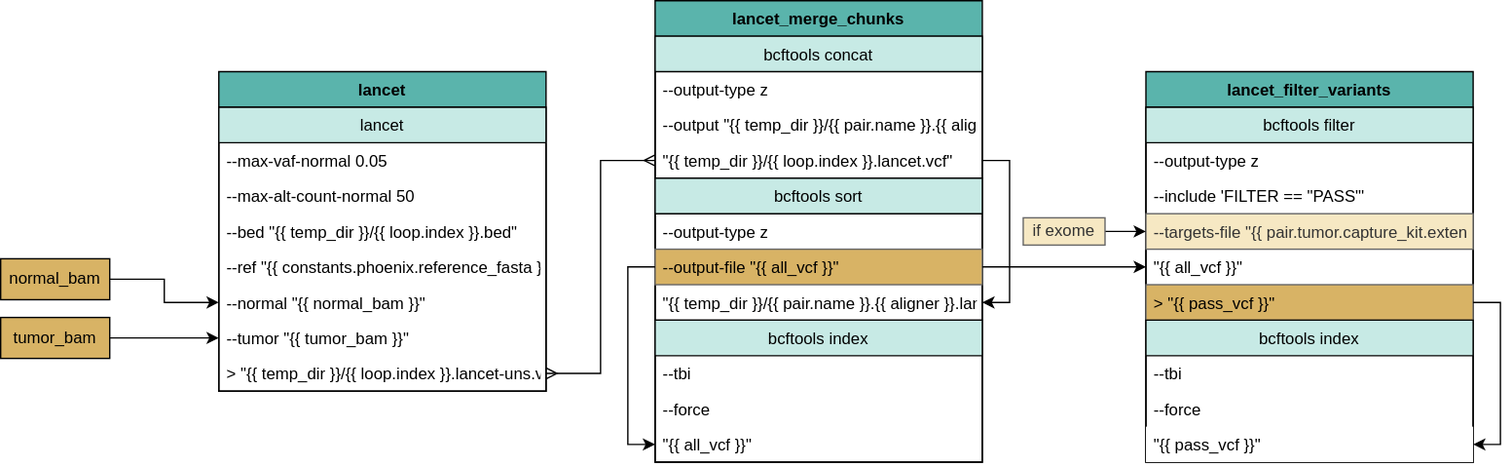
bryce-turner/tgen-jetstream-docs keeps this draw.io diagram as docs/source/phoenix/workflows/tumor_only/Tumor_Only_Lancet.svg. Above is the earlier version. Source tidied: cells renumbered, new cells last; positions are measured from the earlier drawing's top-left corner, leaving out a move shared by most shapes.
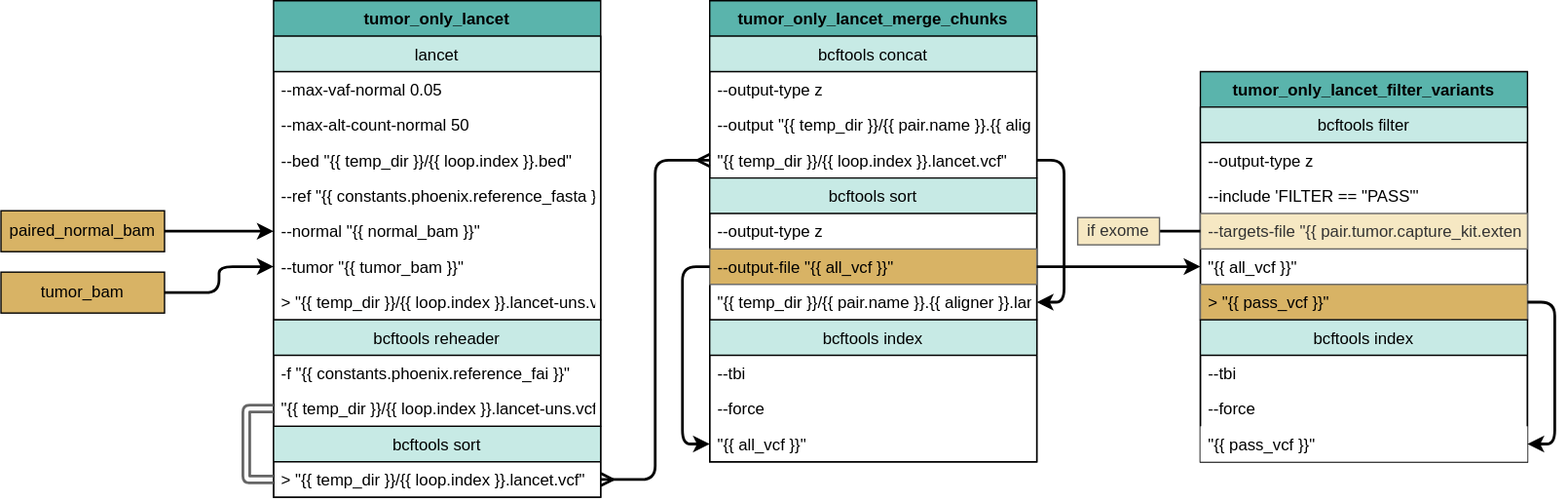
The same diagram one commit later.

The edit, as a diff of the source:
```diff
@@ -2,20 +2,20 @@
   <root>
     <mxCell id="0" />
     <mxCell id="1" parent="0" />
-    <mxCell id="2" style="edgeStyle=orthogonalEdgeStyle;rounded=0;jettySize=auto;html=1;exitX=1;exitY=0.5;exitDx=0;exitDy=0;entryX=0;entryY=0.5;entryDx=0;entryDy=0;" parent="1" edge="1" source="3" target="12">
+    <mxCell id="2" style="edgeStyle=orthogonalEdgeStyle;rounded=1;jettySize=auto;html=1;exitX=1;exitY=0.5;exitDx=0;exitDy=0;entryX=0;entryY=0.5;entryDx=0;entryDy=0;strokeWidth=2;" parent="1" edge="1" source="3" target="12">
       <mxGeometry relative="1" as="geometry" />
     </mxCell>
-    <mxCell id="3" value="normal_bam" style="whiteSpace=wrap;html=1;fillColor=#d8b365;" parent="1" vertex="1">
-      <mxGeometry y="189" width="80" height="30" as="geometry" />
+    <mxCell id="3" value="paired_normal_bam" style="whiteSpace=wrap;html=1;fillColor=#d8b365;" parent="1" vertex="1">
+      <mxGeometry x="-40" y="154" width="120" height="30" as="geometry" />
     </mxCell>
-    <mxCell id="4" style="edgeStyle=orthogonalEdgeStyle;rounded=0;jettySize=auto;html=1;exitX=1;exitY=0.5;exitDx=0;exitDy=0;entryX=0;entryY=0.5;entryDx=0;entryDy=0;" parent="1" edge="1" source="5" target="13">
+    <mxCell id="4" style="edgeStyle=orthogonalEdgeStyle;rounded=1;jettySize=auto;html=1;exitX=1;exitY=0.5;exitDx=0;exitDy=0;entryX=0;entryY=0.5;entryDx=0;entryDy=0;strokeWidth=2;" parent="1" edge="1" source="5" target="13">
       <mxGeometry relative="1" as="geometry" />
     </mxCell>
     <mxCell id="5" value="tumor_bam" style="whiteSpace=wrap;html=1;fillColor=#d8b365;" parent="1" vertex="1">
-      <mxGeometry y="232" width="80" height="30" as="geometry" />
+      <mxGeometry x="-40" y="199" width="120" height="30" as="geometry" />
     </mxCell>
-    <mxCell id="6" value="lancet" style="swimlane;fontStyle=1;horizontal=1;startSize=26;fillColor=#5ab4ac;direction=east;" parent="1" vertex="1">
-      <mxGeometry x="160" y="52" width="240" height="234" as="geometry" />
+    <mxCell id="6" value="tumor_only_lancet" style="swimlane;fontStyle=1;horizontal=1;startSize=26;fillColor=#5ab4ac;direction=east;" parent="1" vertex="1">
+      <mxGeometry x="160" width="240" height="364" as="geometry" />
     </mxCell>
     <mxCell id="7" value="lancet" style="swimlane;fontStyle=0;horizontal=1;startSize=26;fillColor=#c7eae5;" parent="6" vertex="1">
       <mxGeometry y="26" width="240" height="208" as="geometry" />
@@ -41,7 +41,25 @@
     <mxCell id="14" value="&gt; &quot;{{ temp_dir }}/{{ loop.index }}.lancet-uns.vcf&quot;" style="text;strokeColor=none;fillColor=none;align=left;verticalAlign=top;spacingLeft=4;spacingRight=4;overflow=hidden;points=[[0,0.5],[1,0.5]];portConstraint=eastwest;" parent="7" vertex="1">
       <mxGeometry y="182" width="240" height="26" as="geometry" />
     </mxCell>
+    <mxCell id="46" value="bcftools reheader" style="swimlane;fontStyle=0;horizontal=1;startSize=26;fillColor=#c7eae5;" parent="6" vertex="1">
+      <mxGeometry y="234" width="240" height="78" as="geometry" />
+    </mxCell>
+    <mxCell id="47" value="-f &quot;{{ constants.phoenix.reference_fai }}&quot;" style="text;strokeColor=none;fillColor=none;align=left;verticalAlign=top;spacingLeft=4;spacingRight=4;overflow=hidden;" parent="46" vertex="1">
+      <mxGeometry y="26" width="240" height="26" as="geometry" />
+    </mxCell>
+    <mxCell id="48" value="&quot;{{ temp_dir }}/{{ loop.index }}.lancet-uns.vcf&quot;" style="text;strokeColor=none;fillColor=none;align=left;verticalAlign=top;spacingLeft=4;spacingRight=4;overflow=hidden;points=[[0,0.5],[1,0.5]];portConstraint=eastwest;" parent="46" vertex="1">
+      <mxGeometry y="52" width="240" height="26" as="geometry" />
+    </mxCell>
+    <mxCell id="49" value="bcftools sort" style="swimlane;fontStyle=0;horizontal=1;startSize=26;fillColor=#c7eae5;" parent="6" vertex="1">
+      <mxGeometry y="312" width="240" height="52" as="geometry" />
+    </mxCell>
+    <mxCell id="50" value="&gt; &quot;{{ temp_dir }}/{{ loop.index }}.lancet.vcf&quot;" style="text;strokeColor=none;fillColor=none;align=left;verticalAlign=top;spacingLeft=4;spacingRight=4;overflow=hidden;points=[[0,0.5],[1,0.5]];portConstraint=eastwest;" parent="49" vertex="1">
+      <mxGeometry y="26" width="240" height="26" as="geometry" />
+    </mxCell>
+    <mxCell id="51" style="edgeStyle=orthogonalEdgeStyle;rounded=1;jettySize=auto;html=1;exitX=0;exitY=0.5;exitDx=0;exitDy=0;entryX=0;entryY=0.5;entryDx=0;entryDy=0;endArrow=none;endFill=0;strokeWidth=2;shape=link;fillColor=#f5f5f5;strokeColor=#666666;" parent="6" edge="1" source="48" target="50">
+      <mxGeometry relative="1" as="geometry" />
+    </mxCell>
-    <mxCell id="15" value="lancet_merge_chunks" style="swimlane;fontStyle=1;horizontal=1;startSize=26;fillColor=#5ab4ac;direction=east;" parent="1" vertex="1">
+    <mxCell id="15" value="tumor_only_lancet_merge_chunks" style="swimlane;fontStyle=1;horizontal=1;startSize=26;fillColor=#5ab4ac;direction=east;" parent="1" vertex="1">
       <mxGeometry x="480" width="240" height="338" as="geometry" />
     </mxCell>
     <mxCell id="16" value="bcftools concat" style="swimlane;fontStyle=0;horizontal=1;startSize=26;fillColor=#c7eae5;" parent="15" vertex="1">
@@ -80,13 +98,13 @@
     <mxCell id="27" value="&quot;{{ all_vcf }}&quot;" style="text;strokeColor=none;fillColor=none;align=left;verticalAlign=top;spacingLeft=4;spacingRight=4;overflow=hidden;points=[[0,0.5],[1,0.5]];portConstraint=eastwest;" parent="24" vertex="1">
       <mxGeometry y="78" width="240" height="26" as="geometry" />
     </mxCell>
-    <mxCell id="28" style="edgeStyle=orthogonalEdgeStyle;rounded=0;jettySize=auto;html=1;exitX=1;exitY=0.5;exitDx=0;exitDy=0;entryX=1;entryY=0.5;entryDx=0;entryDy=0;" parent="15" edge="1" source="19" target="23">
+    <mxCell id="28" style="edgeStyle=orthogonalEdgeStyle;rounded=1;jettySize=auto;html=1;exitX=1;exitY=0.5;exitDx=0;exitDy=0;entryX=1;entryY=0.5;entryDx=0;entryDy=0;strokeWidth=2;" parent="15" edge="1" source="19" target="23">
       <mxGeometry relative="1" as="geometry" />
     </mxCell>
-    <mxCell id="29" style="edgeStyle=orthogonalEdgeStyle;rounded=0;jettySize=auto;html=1;exitX=0;exitY=0.5;exitDx=0;exitDy=0;entryX=0;entryY=0.5;entryDx=0;entryDy=0;startArrow=none;startFill=0;endArrow=classic;endFill=1;" parent="15" edge="1" source="22" target="27">
+    <mxCell id="29" style="edgeStyle=orthogonalEdgeStyle;rounded=1;jettySize=auto;html=1;exitX=0;exitY=0.5;exitDx=0;exitDy=0;entryX=0;entryY=0.5;entryDx=0;entryDy=0;startArrow=none;startFill=0;endArrow=classic;endFill=1;strokeWidth=2;" parent="15" edge="1" source="22" target="27">
       <mxGeometry relative="1" as="geometry" />
     </mxCell>
-    <mxCell id="30" value="lancet_filter_variants" style="swimlane;fontStyle=1;horizontal=1;startSize=26;fillColor=#5ab4ac;direction=east;" parent="1" vertex="1">
+    <mxCell id="30" value="tumor_only_lancet_filter_variants" style="swimlane;fontStyle=1;horizontal=1;startSize=26;fillColor=#5ab4ac;direction=east;" parent="1" vertex="1">
       <mxGeometry x="840" y="52" width="240" height="286" as="geometry" />
     </mxCell>
     <mxCell id="31" value="bcftools filter" style="swimlane;fontStyle=0;horizontal=1;startSize=26;fillColor=#c7eae5;" parent="30" vertex="1">
@@ -119,19 +137,19 @@
     <mxCell id="40" value="&quot;{{ pass_vcf }}&quot;" style="text;strokeColor=none;fillColor=default;align=left;verticalAlign=top;spacingLeft=4;spacingRight=4;overflow=hidden;points=[[0,0.5],[1,0.5]];portConstraint=eastwest;" parent="37" vertex="1">
       <mxGeometry y="78" width="240" height="26" as="geometry" />
     </mxCell>
-    <mxCell id="41" style="edgeStyle=orthogonalEdgeStyle;rounded=0;jettySize=auto;html=1;exitX=1;exitY=0.5;exitDx=0;exitDy=0;entryX=1;entryY=0.5;entryDx=0;entryDy=0;startArrow=none;startFill=0;endArrow=classic;endFill=1;" parent="30" edge="1" source="36" target="40">
+    <mxCell id="41" style="edgeStyle=orthogonalEdgeStyle;rounded=1;jettySize=auto;html=1;exitX=1;exitY=0.5;exitDx=0;exitDy=0;entryX=1;entryY=0.5;entryDx=0;entryDy=0;startArrow=none;startFill=0;endArrow=classic;endFill=1;strokeWidth=2;" parent="30" edge="1" source="36" target="40">
       <mxGeometry relative="1" as="geometry" />
     </mxCell>
-    <mxCell id="42" style="edgeStyle=orthogonalEdgeStyle;rounded=0;jettySize=auto;html=1;exitX=1;exitY=0.5;exitDx=0;exitDy=0;entryX=0;entryY=0.5;entryDx=0;entryDy=0;startArrow=none;startFill=0;endArrow=classic;endFill=1;" parent="1" edge="1" source="22" target="35">
+    <mxCell id="42" style="edgeStyle=orthogonalEdgeStyle;rounded=1;jettySize=auto;html=1;exitX=1;exitY=0.5;exitDx=0;exitDy=0;entryX=0;entryY=0.5;entryDx=0;entryDy=0;startArrow=none;startFill=0;endArrow=classic;endFill=1;strokeWidth=2;" parent="1" edge="1" source="22" target="35">
       <mxGeometry relative="1" as="geometry" />
     </mxCell>
-    <mxCell id="43" style="edgeStyle=orthogonalEdgeStyle;rounded=0;jettySize=auto;html=1;exitX=1;exitY=0.5;exitDx=0;exitDy=0;" parent="1" edge="1" source="44" target="34">
+    <mxCell id="43" style="edgeStyle=orthogonalEdgeStyle;rounded=1;jettySize=auto;html=1;exitX=1;exitY=0.5;exitDx=0;exitDy=0;strokeWidth=2;endArrow=none;endFill=0;" parent="1" edge="1" source="44" target="34">
       <mxGeometry relative="1" as="geometry" />
     </mxCell>
     <mxCell id="44" value="if exome" style="text;html=1;strokeColor=#666666;fillColor=#f6e8c3;align=center;verticalAlign=middle;whiteSpace=wrap;rounded=0;fontColor=#333333;" parent="1" vertex="1">
       <mxGeometry x="750" y="159" width="60" height="20" as="geometry" />
     </mxCell>
-    <mxCell id="45" style="edgeStyle=orthogonalEdgeStyle;rounded=0;jettySize=auto;html=1;exitX=1;exitY=0.5;exitDx=0;exitDy=0;entryX=0;entryY=0.5;entryDx=0;entryDy=0;endArrow=ERmany;endFill=0;startArrow=ERmany;startFill=0;" parent="1" edge="1" source="14" target="19">
+    <mxCell id="45" style="edgeStyle=orthogonalEdgeStyle;rounded=1;jettySize=auto;html=1;exitX=1;exitY=0.5;exitDx=0;exitDy=0;entryX=0;entryY=0.5;entryDx=0;entryDy=0;endArrow=ERmany;endFill=0;startArrow=ERmany;startFill=0;strokeWidth=2;" parent="1" edge="1" source="50" target="19">
       <mxGeometry relative="1" as="geometry" />
     </mxCell>
   </root>
```
